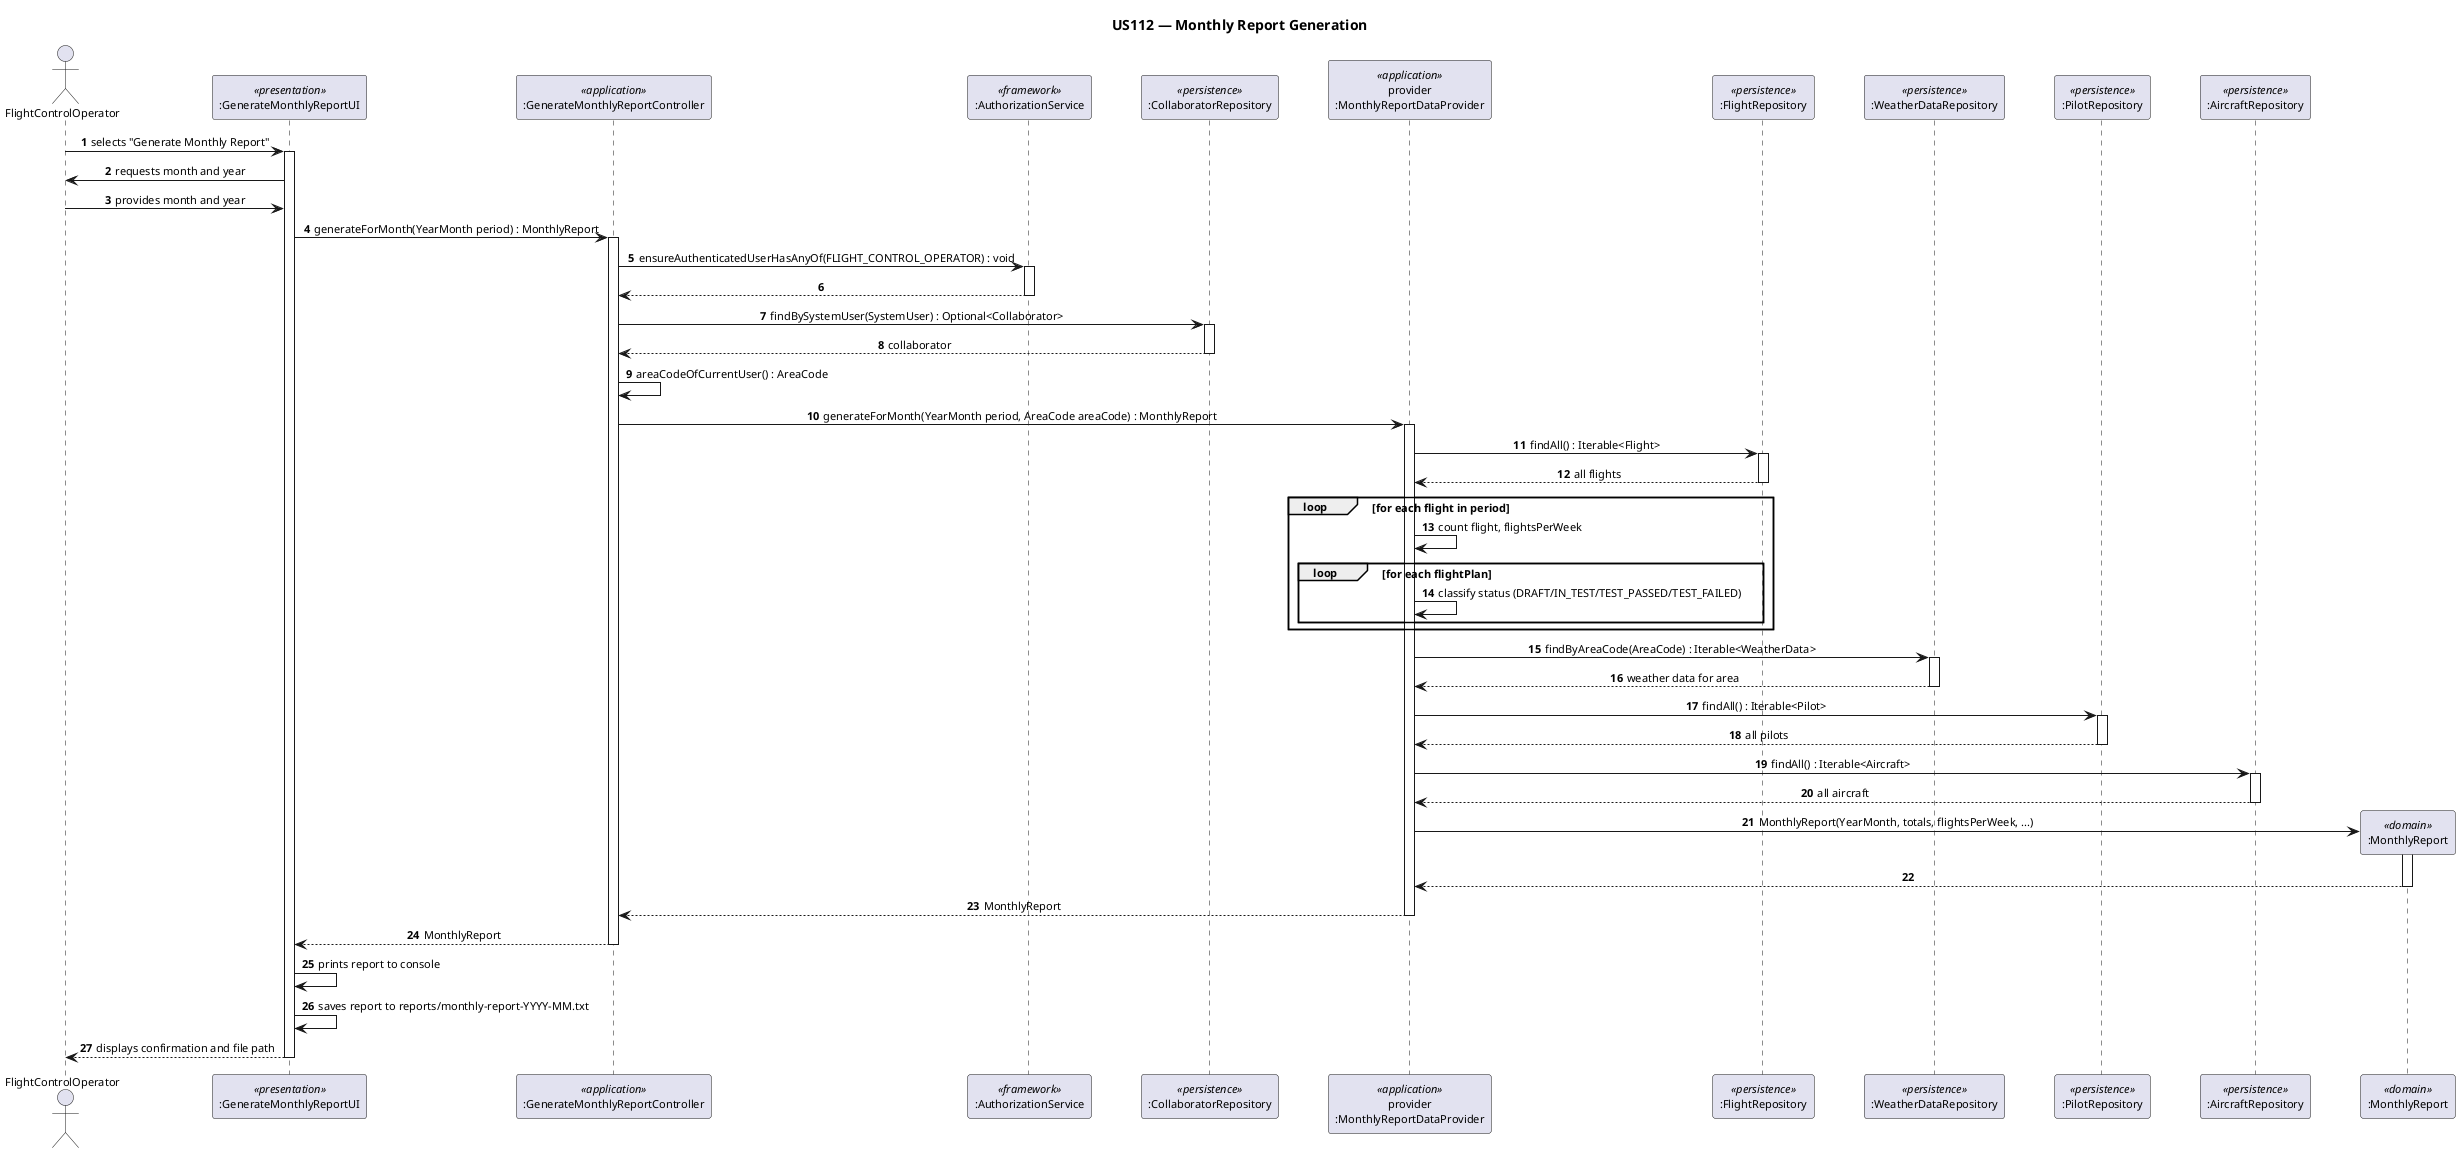
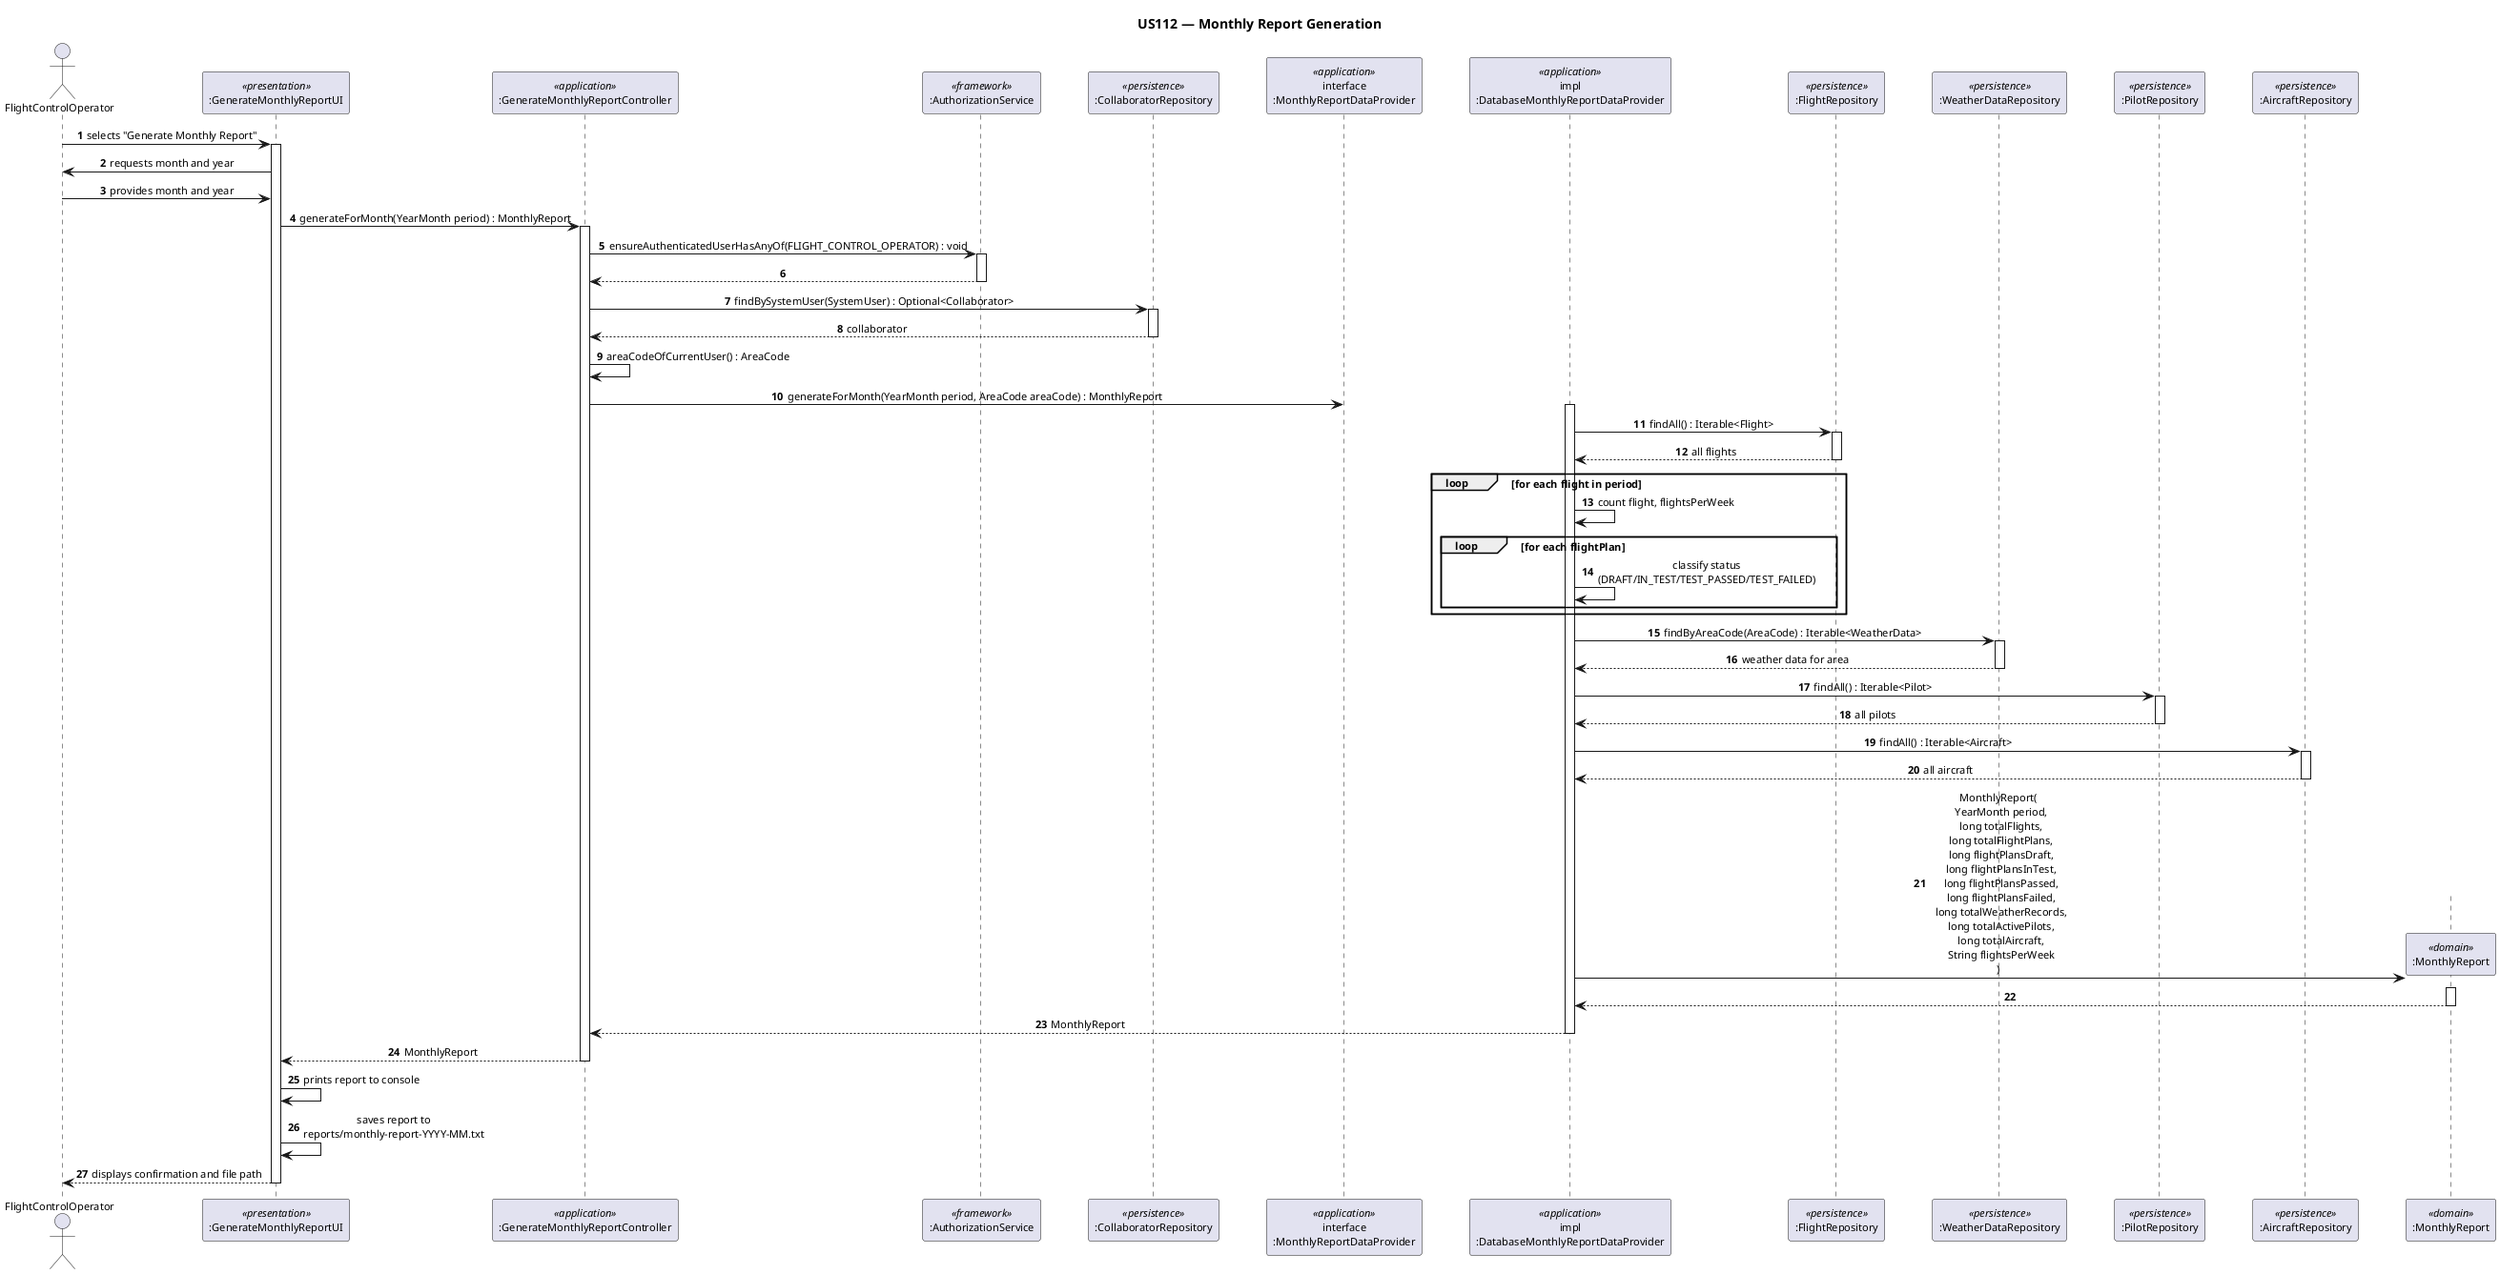
@startuml sd_us112_monthly_report_generation
title US112 — Monthly Report Generation

skinparam sequenceMessageAlign center
skinparam defaultFontName Arial
skinparam defaultFontSize 11
skinparam ParticipantPadding 20

autonumber

actor "FlightControlOperator" as actor
participant ":GenerateMonthlyReportUI"        as ui        <<presentation>>
participant ":GenerateMonthlyReportController" as ctrl     <<application>>
participant ":AuthorizationService"           as authz     <<framework>>
participant ":CollaboratorRepository"         as collabRepo <<persistence>>
- participant "provider\n:MonthlyReportDataProvider" as provider <<application>>
+ participant "interface\n:MonthlyReportDataProvider" as provider <<application>>
+ participant "impl\n:DatabaseMonthlyReportDataProvider" as providerImpl <<application>>
participant ":FlightRepository"               as flightRepo <<persistence>>
participant ":WeatherDataRepository"          as wdRepo    <<persistence>>
participant ":PilotRepository"                as pilotRepo <<persistence>>
participant ":AircraftRepository"             as acRepo    <<persistence>>
participant ":MonthlyReport"                  as report    <<domain>>

actor -> ui : selects "Generate Monthly Report"
activate ui

ui -> actor : requests month and year
actor -> ui : provides month and year

ui -> ctrl : generateForMonth(YearMonth period) : MonthlyReport
activate ctrl

ctrl -> authz : ensureAuthenticatedUserHasAnyOf(FLIGHT_CONTROL_OPERATOR) : void
activate authz
authz --> ctrl
deactivate authz

ctrl -> collabRepo : findBySystemUser(SystemUser) : Optional<Collaborator>
activate collabRepo
collabRepo --> ctrl : collaborator
deactivate collabRepo

ctrl -> ctrl : areaCodeOfCurrentUser() : AreaCode
ctrl -> provider : generateForMonth(YearMonth period, AreaCode areaCode) : MonthlyReport
- activate provider
+ activate providerImpl

- provider -> flightRepo : findAll() : Iterable<Flight>
+ providerImpl -> flightRepo : findAll() : Iterable<Flight>
activate flightRepo
- flightRepo --> provider : all flights
+ flightRepo --> providerImpl : all flights
deactivate flightRepo

loop for each flight in period
-     provider -> provider : count flight, flightsPerWeek
+     providerImpl -> providerImpl : count flight, flightsPerWeek
    loop for each flightPlan
-         provider -> provider : classify status (DRAFT/IN_TEST/TEST_PASSED/TEST_FAILED)
+         providerImpl -> providerImpl : classify status\n(DRAFT/IN_TEST/TEST_PASSED/TEST_FAILED)
    end
end

- provider -> wdRepo : findByAreaCode(AreaCode) : Iterable<WeatherData>
+ providerImpl -> wdRepo : findByAreaCode(AreaCode) : Iterable<WeatherData>
activate wdRepo
- wdRepo --> provider : weather data for area
+ wdRepo --> providerImpl : weather data for area
deactivate wdRepo

- provider -> pilotRepo : findAll() : Iterable<Pilot>
+ providerImpl -> pilotRepo : findAll() : Iterable<Pilot>
activate pilotRepo
- pilotRepo --> provider : all pilots
+ pilotRepo --> providerImpl : all pilots
deactivate pilotRepo

- provider -> acRepo : findAll() : Iterable<Aircraft>
+ providerImpl -> acRepo : findAll() : Iterable<Aircraft>
activate acRepo
- acRepo --> provider : all aircraft
+ acRepo --> providerImpl : all aircraft
deactivate acRepo

create report
- provider -> report : MonthlyReport(YearMonth, totals, flightsPerWeek, ...)
+ providerImpl -> report : MonthlyReport(\n  YearMonth period,\n  long totalFlights,\n  long totalFlightPlans,\n  long flightPlansDraft,\n  long flightPlansInTest,\n  long flightPlansPassed,\n  long flightPlansFailed,\n  long totalWeatherRecords,\n  long totalActivePilots,\n  long totalAircraft,\n  String flightsPerWeek\n)
activate report
- report --> provider
+ report --> providerImpl
deactivate report

- provider --> ctrl : MonthlyReport
- deactivate provider
+ providerImpl --> ctrl : MonthlyReport
+ deactivate providerImpl

ctrl --> ui : MonthlyReport
deactivate ctrl

ui -> ui : prints report to console
- ui -> ui : saves report to reports/monthly-report-YYYY-MM.txt
+ ui -> ui : saves report to\nreports/monthly-report-YYYY-MM.txt

ui --> actor : displays confirmation and file path
deactivate ui

@enduml